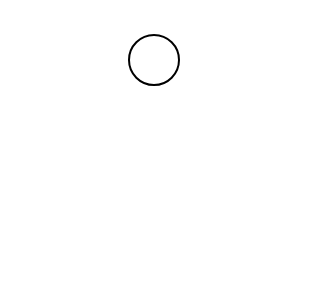
Earlier version of the draw.io diagram stateDiagramMaintenanceInterface.drawio (justn0thinghere/drawio). Source tidied: cells renumbered, new cells numbered last; positions are measured from the earlier drawing's top-left corner, leaving out a move shared by most shapes. Both pictures are drawn from the tidied source at 200%, with x=0, y=0 at pixel (128, 34).
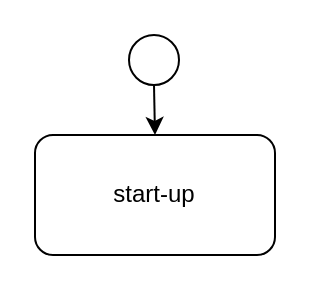
After the change.

Change to the diagram source:
```diff
@@
 <mxGraphModel>
   <root>
     <mxCell id="0" />
     <mxCell id="1" parent="0" />
     <mxCell id="2" style="ellipse;whiteSpace=wrap;html=1;" parent="1" vertex="1">
       <mxGeometry width="25" height="25" as="geometry" />
     </mxCell>
+    <mxCell id="3" style="endArrow=classic;html=1;rounded=0;exitX=0.5;exitY=1;exitDx=0;exitDy=0;" parent="1" edge="1" source="2">
+      <mxGeometry relative="1" as="geometry">
+        <mxPoint x="13" y="50" as="targetPoint" />
+      </mxGeometry>
+    </mxCell>
+    <mxCell id="4" value="start-up" style="rounded=1;whiteSpace=wrap;html=1;" parent="1" vertex="1">
+      <mxGeometry x="-47" y="50" width="120" height="60" as="geometry" />
+    </mxCell>
   </root>
 </mxGraphModel>
```
